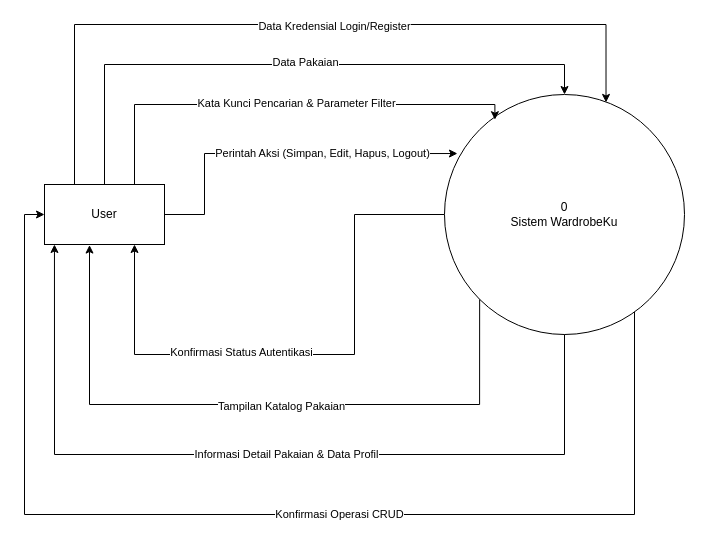
Before: DFD-PROGMOB.drawio in elikawicaksana/BuildIT_BasisData, a draw.io diagram. Source tidied: cells renumbered, new cells numbered last; positions are measured from the earlier drawing's top-left corner, leaving out a move shared by most shapes. Both pictures are drawn from the tidied source at 100%, with x=0, y=0 at pixel (24, 24).
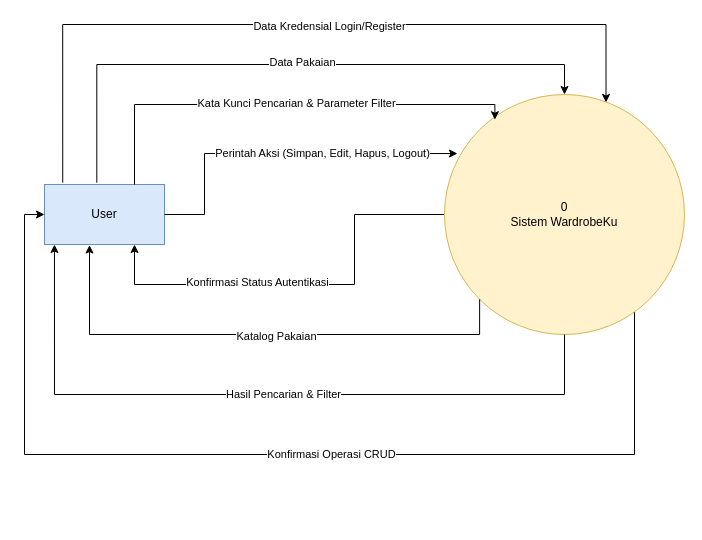
The same diagram, later.

The edit, as a diff of the source:
```diff
@@
     <mxCell id="2" style="edgeStyle=orthogonalEdgeStyle;rounded=0;jettySize=auto;html=1;entryX=0.75;entryY=1;entryDx=0;entryDy=0;" parent="1" edge="1" source="6" target="9">
       <mxGeometry relative="1" as="geometry">
         <Array as="points">
           <mxPoint x="330" y="190" />
-          <mxPoint x="330" y="330" />
-          <mxPoint x="110" y="330" />
+          <mxPoint x="330" y="260" />
+          <mxPoint x="110" y="260" />
         </Array>
       </mxGeometry>
     </mxCell>
@@
     <mxCell id="4" style="edgeStyle=orthogonalEdgeStyle;rounded=0;jettySize=auto;html=1;entryX=0;entryY=0.5;entryDx=0;entryDy=0;" parent="1" edge="1" source="6" target="9">
       <mxGeometry relative="1" as="geometry">
         <Array as="points">
-          <mxPoint x="610" y="490" />
-          <mxPoint y="490" />
+          <mxPoint x="610" y="430" />
+          <mxPoint y="430" />
           <mxPoint y="190" />
         </Array>
       </mxGeometry>
     </mxCell>
@@
-    <mxCell id="6" value="0&lt;div&gt;Sistem WardrobeKu&lt;/div&gt;" style="ellipse;whiteSpace=wrap;html=1;" parent="1" vertex="1">
+    <mxCell id="6" value="0&lt;div&gt;Sistem WardrobeKu&lt;/div&gt;" style="ellipse;whiteSpace=wrap;html=1;fillColor=#fff2cc;strokeColor=#d6b656;" parent="1" vertex="1">
       <mxGeometry x="420" y="70" width="240" height="240" as="geometry" />
     </mxCell>
-    <mxCell id="7" style="edgeStyle=orthogonalEdgeStyle;rounded=0;jettySize=auto;html=1;entryX=0.5;entryY=0;entryDx=0;entryDy=0;exitX=0.5;exitY=0;exitDx=0;exitDy=0;" parent="1" edge="1" source="9" target="6">
+    <mxCell id="7" style="edgeStyle=orthogonalEdgeStyle;rounded=0;jettySize=auto;html=1;entryX=0.5;entryY=0;entryDx=0;entryDy=0;exitX=0.436;exitY=-0.03;exitDx=0;exitDy=0;exitPerimeter=0;" parent="1" edge="1" source="9" target="6">
       <mxGeometry relative="1" as="geometry">
         <Array as="points">
-          <mxPoint x="80" y="40" />
+          <mxPoint x="72" y="40" />
           <mxPoint x="540" y="40" />
         </Array>
       </mxGeometry>
     </mxCell>
@@
-    <mxCell id="9" value="User" style="rounded=0;whiteSpace=wrap;html=1;" parent="1" vertex="1">
+    <mxCell id="9" value="User" style="rounded=0;whiteSpace=wrap;html=1;fillColor=#dae8fc;strokeColor=#6c8ebf;" parent="1" vertex="1">
       <mxGeometry x="20" y="160" width="120" height="60" as="geometry" />
     </mxCell>
@@
-    <mxCell id="14" style="edgeStyle=orthogonalEdgeStyle;rounded=0;jettySize=auto;html=1;entryX=0.673;entryY=0.033;entryDx=0;entryDy=0;entryPerimeter=0;exitX=0.25;exitY=0;exitDx=0;exitDy=0;" parent="1" edge="1" source="9" target="6">
+    <mxCell id="14" style="edgeStyle=orthogonalEdgeStyle;rounded=0;jettySize=auto;html=1;entryX=0.673;entryY=0.033;entryDx=0;entryDy=0;entryPerimeter=0;exitX=0.152;exitY=-0.03;exitDx=0;exitDy=0;exitPerimeter=0;" parent="1" edge="1" source="9" target="6">
       <mxGeometry relative="1" as="geometry">
         <Array as="points">
-          <mxPoint x="50" />
+          <mxPoint x="38" />
           <mxPoint x="582" />
         </Array>
       </mxGeometry>
     </mxCell>
@@
     <mxCell id="16" style="edgeStyle=orthogonalEdgeStyle;rounded=0;jettySize=auto;html=1;entryX=0.375;entryY=1.009;entryDx=0;entryDy=0;entryPerimeter=0;exitX=0;exitY=1;exitDx=0;exitDy=0;" parent="1" edge="1" source="6" target="9">
       <mxGeometry relative="1" as="geometry">
         <Array as="points">
-          <mxPoint x="455" y="380" />
-          <mxPoint x="65" y="380" />
+          <mxPoint x="455" y="310" />
+          <mxPoint x="65" y="310" />
         </Array>
       </mxGeometry>
     </mxCell>
-    <mxCell id="17" value="Tampilan Katalog Pakaian" style="edgeLabel;html=1;align=center;verticalAlign=middle;" parent="16" vertex="1">
+    <mxCell id="17" value="Katalog Pakaian" style="edgeLabel;html=1;align=center;verticalAlign=middle;" parent="16" vertex="1">
       <mxGeometry x="-0.07" y="1" relative="1" as="geometry" />
     </mxCell>
     <mxCell id="18" style="edgeStyle=orthogonalEdgeStyle;rounded=0;jettySize=auto;html=1;entryX=0.083;entryY=1;entryDx=0;entryDy=0;entryPerimeter=0;" parent="1" edge="1" source="6" target="9">
       <mxGeometry relative="1" as="geometry">
         <Array as="points">
-          <mxPoint x="540" y="430" />
-          <mxPoint x="30" y="430" />
+          <mxPoint x="540" y="370" />
+          <mxPoint x="30" y="370" />
         </Array>
       </mxGeometry>
     </mxCell>
-    <mxCell id="19" value="Informasi Detail Pakaian &amp;amp; Data Profil" style="edgeLabel;html=1;align=center;verticalAlign=middle;" parent="18" vertex="1">
+    <mxCell id="19" value="Hasil Pencarian &amp;amp; Filter" style="edgeLabel;html=1;align=center;verticalAlign=middle;" parent="18" vertex="1">
       <mxGeometry x="-0.05" y="-1" relative="1" as="geometry" />
     </mxCell>
```
